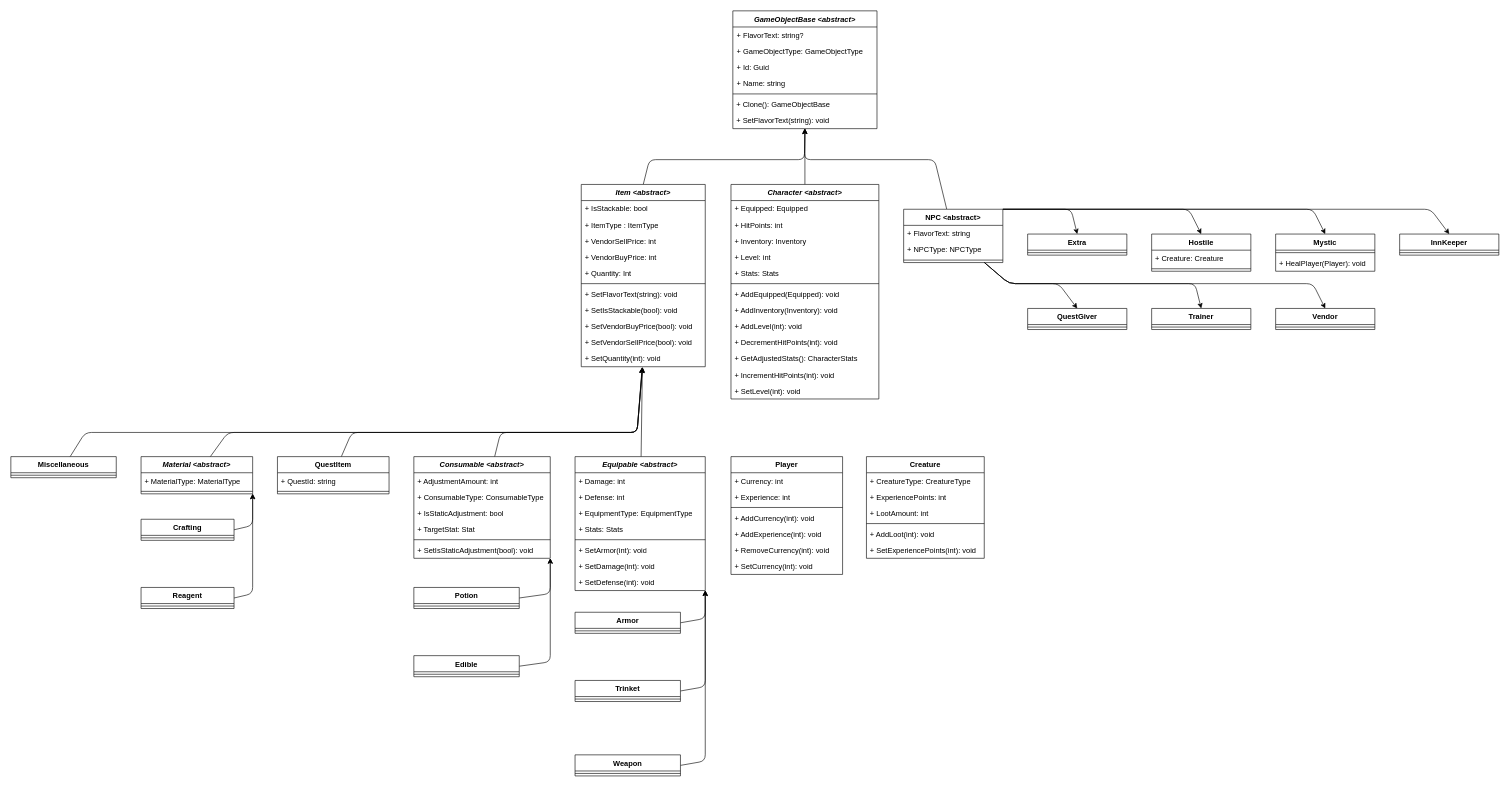
Above: docs/design/domain_models/full_game_object.drawio in scottfalbo/GameEngine (draw.io), before the change. Source tidied: cells renumbered, new cells numbered last; positions are measured from the earlier drawing's top-left corner, leaving out a move shared by most shapes. Both pictures are drawn from the tidied source at 62%, with x=0, y=0 at pixel (11, 11).
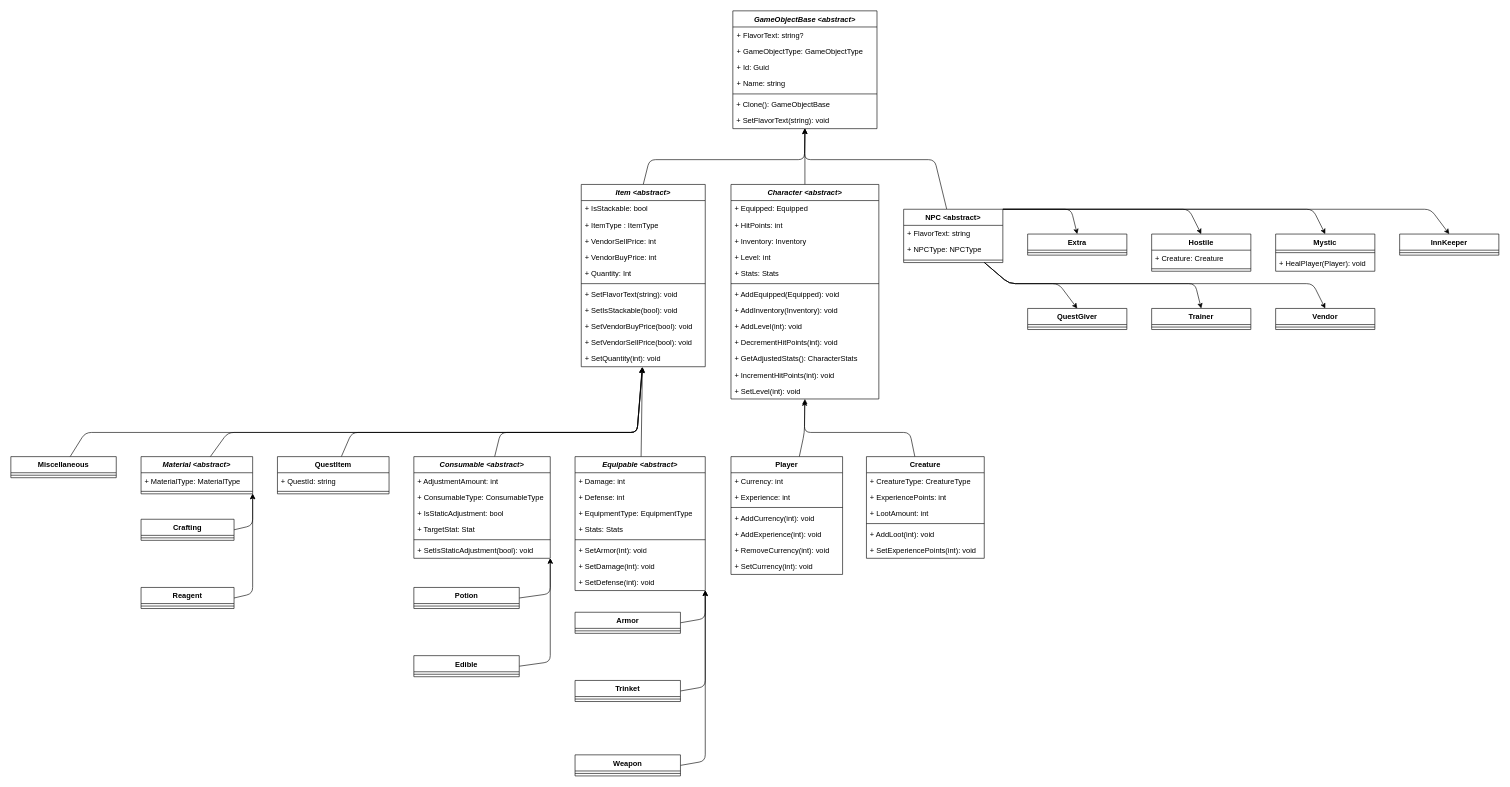
After the change.

The change refers to these unchanged cells:
```xml
<mxCell id="3" value="Character &lt;abstract&gt;" style="swimlane;fontStyle=3;align=center;verticalAlign=top;horizontal=1;startSize=26;" parent="1" vertex="1">
  <mxGeometry x="1161.5" y="280" width="238.5" height="346" as="geometry" />
</mxCell>
<mxCell id="16" value="+ SetLevel(int): void" style="text;strokeColor=none;fillColor=none;align=left;verticalAlign=top;spacingLeft=4;spacingRight=4;overflow=hidden;points=[[0,0.5],[1,0.5]];portConstraint=eastwest;" parent="3" vertex="1">
  <mxGeometry y="320" width="238.5" height="26" as="geometry" />
</mxCell>
<mxCell id="17" value="Player" style="swimlane;fontStyle=1;align=center;verticalAlign=top;horizontal=1;startSize=26;" parent="1" vertex="1">
  <mxGeometry x="1161.5" y="719" width="180" height="190" as="geometry" />
</mxCell>
<mxCell id="25" value="Creature" style="swimlane;fontStyle=1;align=center;verticalAlign=top;horizontal=1;startSize=26;" parent="1" vertex="1">
  <mxGeometry x="1380" y="719" width="190" height="164" as="geometry" />
</mxCell>
```

Change to the diagram source:
```diff
@@
+    <mxCell id="131" style="edgeStyle=none;html=1;entryX=0.5;entryY=1;entryDx=0;entryDy=0;" parent="1" edge="1" source="17" target="3">
+      <mxGeometry relative="1" as="geometry">
+        <Array as="points">
+          <mxPoint x="1280" y="680" />
+        </Array>
+      </mxGeometry>
+    </mxCell>
@@
+    <mxCell id="132" style="edgeStyle=none;html=1;entryX=0.498;entryY=1.096;entryDx=0;entryDy=0;entryPerimeter=0;" parent="1" edge="1" source="25" target="16">
+      <mxGeometry relative="1" as="geometry">
+        <Array as="points">
+          <mxPoint x="1450" y="680" />
+          <mxPoint x="1280" y="680" />
+        </Array>
+      </mxGeometry>
+    </mxCell>
```
